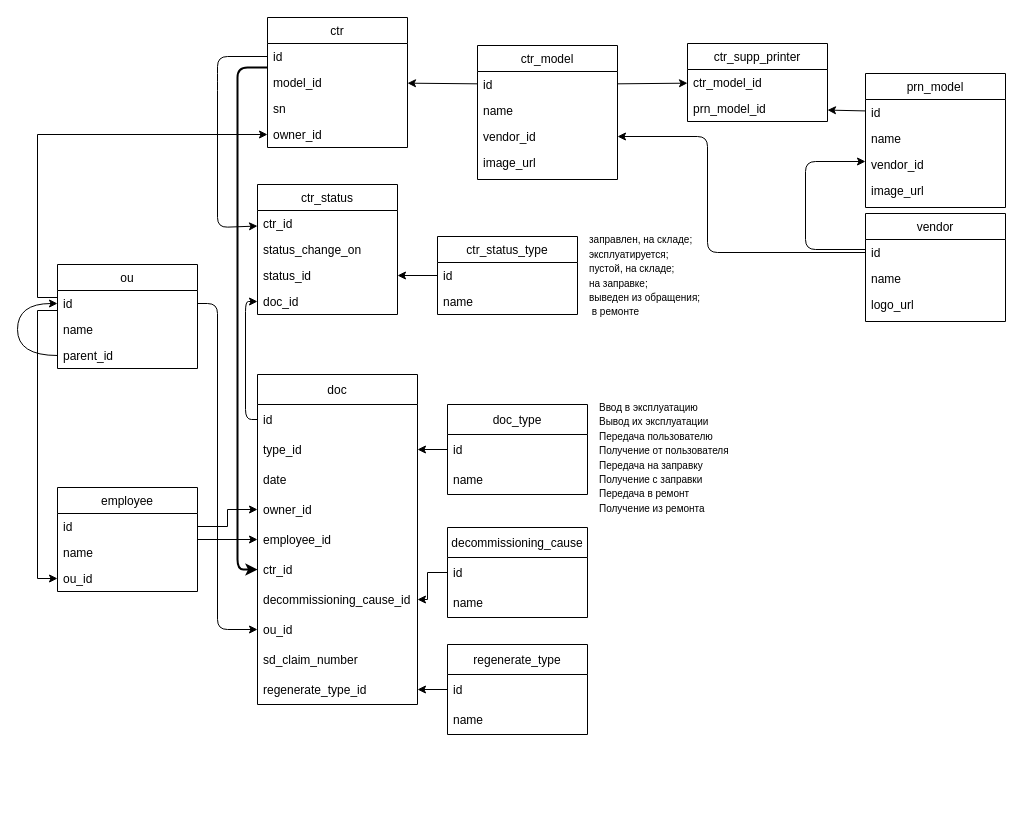
Before: docs/cartridge_accounting.drawio in IgorTkachuk/caartridge_accounting, a draw.io diagram. Source tidied: cells renumbered, new cells numbered last; positions are measured from the earlier drawing's top-left corner, leaving out a move shared by most shapes. Both pictures are drawn from the tidied source at 100%, with x=0, y=0 at pixel (17, 17).
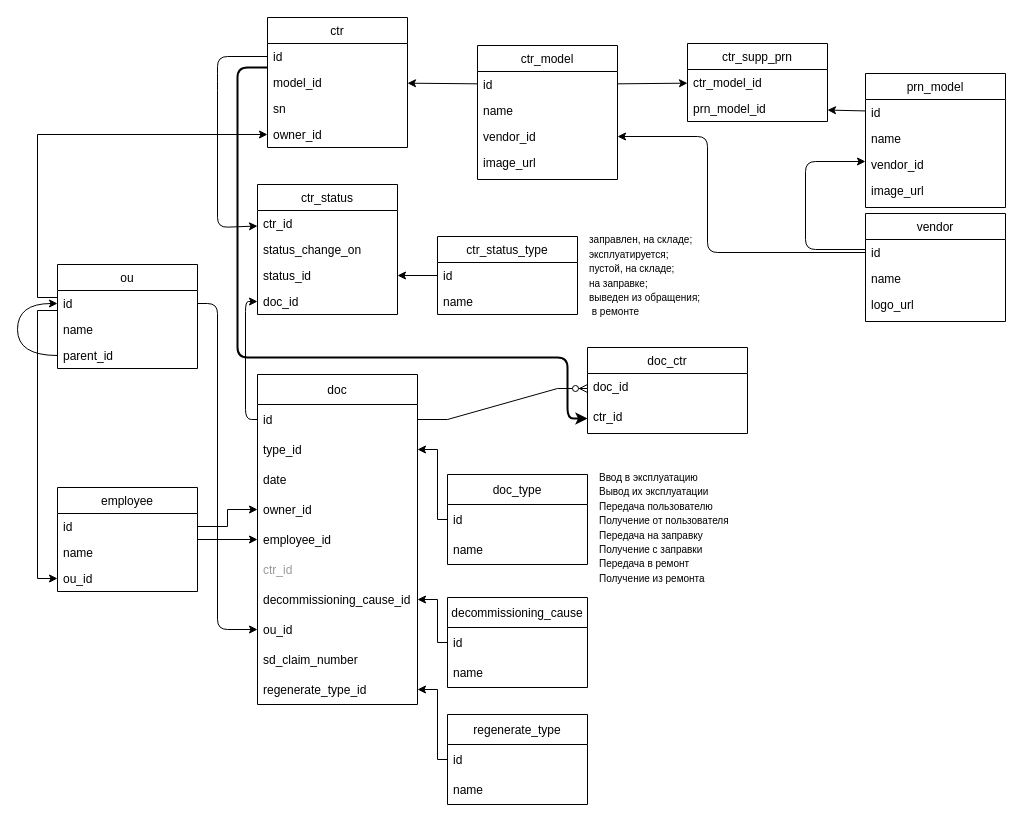
After the change.

Commit message:
Update DB schema diagram. Add doc_ctr entity

Unchanged cells that the change refers to:
```xml
<mxCell id="3" value="id" style="text;strokeColor=none;fillColor=none;align=left;verticalAlign=top;spacingLeft=4;spacingRight=4;overflow=hidden;points=[[0,0.5],[1,0.5]];portConstraint=eastwest;" parent="2" vertex="1">
  <mxGeometry y="26" width="140" height="26" as="geometry" />
</mxCell>
<mxCell id="52" value="doc" style="swimlane;fontStyle=0;horizontal=1;startSize=30;" parent="1" vertex="1">
  <mxGeometry x="240" y="357" width="160" height="330" as="geometry" />
</mxCell>
<mxCell id="53" value="id" style="text;strokeColor=none;fillColor=none;align=left;verticalAlign=middle;spacingLeft=4;spacingRight=4;overflow=hidden;points=[[0,0.5],[1,0.5]];portConstraint=eastwest;" parent="52" vertex="1">
  <mxGeometry y="30" width="160" height="30" as="geometry" />
</mxCell>
<mxCell id="54" value="type_id" style="text;strokeColor=none;fillColor=none;align=left;verticalAlign=middle;spacingLeft=4;spacingRight=4;overflow=hidden;points=[[0,0.5],[1,0.5]];portConstraint=eastwest;" parent="52" vertex="1">
  <mxGeometry y="60" width="160" height="30" as="geometry" />
</mxCell>
<mxCell id="59" value="decommissioning_cause_id" style="text;strokeColor=none;fillColor=none;align=left;verticalAlign=middle;spacingLeft=4;spacingRight=4;overflow=hidden;points=[[0,0.5],[1,0.5]];portConstraint=eastwest;" parent="52" vertex="1">
  <mxGeometry y="210" width="160" height="30" as="geometry" />
</mxCell>
<mxCell id="62" value="regenerate_type_id" style="text;strokeColor=none;fillColor=none;align=left;verticalAlign=middle;spacingLeft=4;spacingRight=4;overflow=hidden;points=[[0,0.5],[1,0.5]];portConstraint=eastwest;" parent="52" vertex="1">
  <mxGeometry y="300" width="160" height="30" as="geometry" />
</mxCell>
<mxCell id="64" value="id" style="text;strokeColor=none;fillColor=none;align=left;verticalAlign=middle;spacingLeft=4;spacingRight=4;overflow=hidden;points=[[0,0.5],[1,0.5]];portConstraint=eastwest;" parent="63" vertex="1">
  <mxGeometry y="30" width="140" height="30" as="geometry" />
</mxCell>
<mxCell id="71" value="id" style="text;strokeColor=none;fillColor=none;align=left;verticalAlign=middle;spacingLeft=4;spacingRight=4;overflow=hidden;points=[[0,0.5],[1,0.5]];portConstraint=eastwest;" parent="70" vertex="1">
  <mxGeometry y="30" width="140" height="30" as="geometry" />
</mxCell>
<mxCell id="75" value="id" style="text;strokeColor=none;fillColor=none;align=left;verticalAlign=middle;spacingLeft=4;spacingRight=4;overflow=hidden;points=[[0,0.5],[1,0.5]];portConstraint=eastwest;" parent="74" vertex="1">
  <mxGeometry y="30" width="140" height="30" as="geometry" />
</mxCell>
```

What changed in the source:
```diff
@@
-    <mxCell id="17" value="ctr_supp_printer" style="swimlane;fontStyle=0;horizontal=1;startSize=26;" parent="1" vertex="1">
+    <mxCell id="17" value="ctr_supp_prn" style="swimlane;fontStyle=0;horizontal=1;startSize=26;" parent="1" vertex="1">
       <mxGeometry x="670" y="26" width="140" height="78" as="geometry" />
     </mxCell>
@@
-    <mxCell id="58" value="ctr_id" style="text;strokeColor=none;fillColor=none;align=left;verticalAlign=middle;spacingLeft=4;spacingRight=4;overflow=hidden;points=[[0,0.5],[1,0.5]];portConstraint=eastwest;" parent="52" vertex="1">
+    <mxCell id="58" value="ctr_id" style="text;strokeColor=none;fillColor=none;align=left;verticalAlign=middle;spacingLeft=4;spacingRight=4;overflow=hidden;points=[[0,0.5],[1,0.5]];portConstraint=eastwest;fontColor=#999999;" parent="52" vertex="1">
       <mxGeometry y="180" width="160" height="30" as="geometry" />
     </mxCell>
@@
     <mxCell id="63" value="doc_type" style="swimlane;fontStyle=0;horizontal=1;startSize=30;" parent="1" vertex="1">
-      <mxGeometry x="430" y="387" width="140" height="90" as="geometry" />
+      <mxGeometry x="430" y="457" width="140" height="90" as="geometry" />
     </mxCell>
@@
     <mxCell id="66" style="edgeStyle=orthogonalEdgeStyle;rounded=0;jettySize=auto;html=1;exitX=0;exitY=0.5;exitDx=0;exitDy=0;" parent="1" edge="1" source="64" target="54">
-      <mxGeometry relative="1" as="geometry" />
+      <mxGeometry relative="1" as="geometry">
+        <Array as="points">
+          <mxPoint x="420" y="502" />
+          <mxPoint x="420" y="432" />
+        </Array>
+      </mxGeometry>
     </mxCell>
@@
-    <mxCell id="68" style="edgeStyle=orthogonalEdgeStyle;jettySize=auto;html=1;entryX=0;entryY=0.5;entryDx=0;entryDy=0;strokeWidth=2;strokeColor=default;rounded=1;" parent="1" edge="1" source="3" target="58">
+    <mxCell id="68" style="edgeStyle=orthogonalEdgeStyle;jettySize=auto;html=1;strokeWidth=2;strokeColor=default;rounded=1;entryX=0;entryY=0.5;entryDx=0;entryDy=0;" parent="1" edge="1" source="3" target="82">
       <mxGeometry relative="1" as="geometry">
         <Array as="points">
           <mxPoint x="220" y="50" />
-          <mxPoint x="220" y="552" />
+          <mxPoint x="220" y="340" />
+          <mxPoint x="550" y="340" />
+          <mxPoint x="550" y="401" />
         </Array>
       </mxGeometry>
     </mxCell>
@@
     <mxCell id="70" value="decommissioning_cause" style="swimlane;fontStyle=0;horizontal=1;startSize=30;" parent="1" vertex="1">
-      <mxGeometry x="430" y="510" width="140" height="90" as="geometry" />
+      <mxGeometry x="430" y="580" width="140" height="90" as="geometry" />
     </mxCell>
@@
     <mxCell id="73" style="edgeStyle=orthogonalEdgeStyle;rounded=0;jettySize=auto;html=1;exitX=0;exitY=0.5;exitDx=0;exitDy=0;" parent="1" edge="1" source="71" target="59">
-      <mxGeometry relative="1" as="geometry" />
+      <mxGeometry relative="1" as="geometry">
+        <Array as="points">
+          <mxPoint x="420" y="625" />
+          <mxPoint x="420" y="582" />
+        </Array>
+      </mxGeometry>
     </mxCell>
     <mxCell id="74" value="regenerate_type" style="swimlane;fontStyle=0;horizontal=1;startSize=30;" parent="1" vertex="1">
-      <mxGeometry x="430" y="627" width="140" height="90" as="geometry" />
+      <mxGeometry x="430" y="697" width="140" height="90" as="geometry" />
     </mxCell>
@@
     <mxCell id="77" style="edgeStyle=orthogonalEdgeStyle;rounded=0;jettySize=auto;html=1;" parent="1" edge="1" source="75" target="62">
-      <mxGeometry relative="1" as="geometry" />
+      <mxGeometry relative="1" as="geometry">
+        <Array as="points">
+          <mxPoint x="420" y="742" />
+          <mxPoint x="420" y="672" />
+        </Array>
+      </mxGeometry>
     </mxCell>
     <mxCell id="78" value="&lt;font style=&quot;font-size: 10px&quot;&gt;Ввод в эксплуатацию&lt;br&gt;Вывод их эксплуатации&lt;br&gt;Передача пользователю&lt;br&gt;Получение от пользователя&lt;br&gt;Передача на заправку&lt;br&gt;Получение с заправки&lt;br&gt;Передача в ремонт&lt;br&gt;Получение из ремонта&lt;/font&gt;" style="text;html=1;align=left;verticalAlign=middle;strokeColor=none;fillColor=none;" parent="1" vertex="1">
-      <mxGeometry x="580" y="375" width="150" height="130" as="geometry" />
+      <mxGeometry x="580" y="445" width="150" height="130" as="geometry" />
     </mxCell>
@@
+    <mxCell id="80" value="doc_ctr" style="swimlane;fontStyle=0;horizontal=1;startSize=26;align=center;fontSize=12;" parent="1" vertex="1">
+      <mxGeometry x="570" y="330" width="160" height="86" as="geometry" />
+    </mxCell>
+    <mxCell id="81" value="doc_id" style="text;strokeColor=none;fillColor=none;spacingLeft=4;spacingRight=4;overflow=hidden;points=[[0,0.5],[1,0.5]];portConstraint=eastwest;fontSize=12;" parent="80" vertex="1">
+      <mxGeometry y="26" width="160" height="30" as="geometry" />
+    </mxCell>
+    <mxCell id="82" value="ctr_id" style="text;strokeColor=none;fillColor=none;spacingLeft=4;spacingRight=4;overflow=hidden;points=[[0,0.5],[1,0.5]];portConstraint=eastwest;fontSize=12;" parent="80" vertex="1">
+      <mxGeometry y="56" width="160" height="30" as="geometry" />
+    </mxCell>
+    <mxCell id="83" style="edgeStyle=entityRelationEdgeStyle;fontSize=12;html=1;endArrow=ERzeroToMany;endFill=1;rounded=0;" parent="1" edge="1" source="53" target="81">
+      <mxGeometry relative="1" as="geometry" />
+    </mxCell>
```
